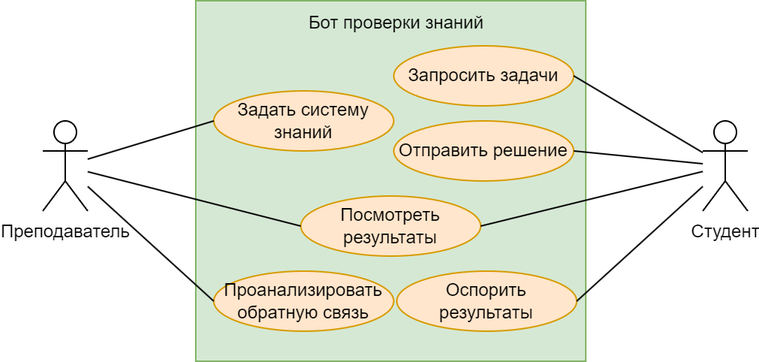
This is docs/diagrams/use_case.png from aVorotnikov/ontologer, a draw.io export, as it was before one commit. Source tidied: cells renumbered, new cells last; positions are measured from the earlier drawing's top-left corner, leaving out a move shared by most shapes.
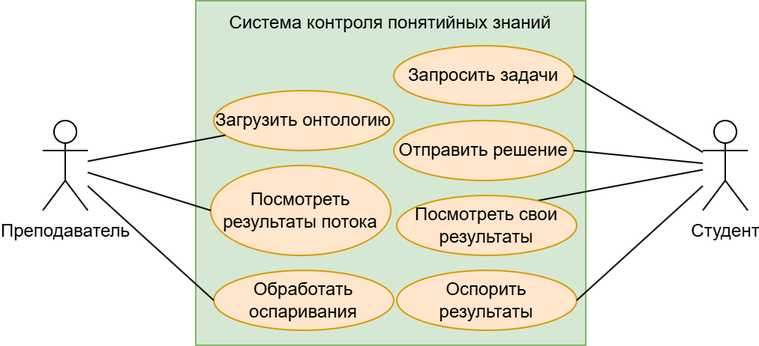
Above is the later version.

Commit message:
Исправлена модель вариантов использования

What changed in the source:
```diff
@@ -3,7 +3,7 @@
     <mxCell id="0" />
     <mxCell id="1" parent="0" />
     <mxCell id="2" style="rounded=0;whiteSpace=wrap;html=1;fillColor=#d5e8d4;strokeColor=#82b366;" parent="1" vertex="1">
-      <mxGeometry x="102" width="260" height="240" as="geometry" />
+      <mxGeometry x="102" width="260" height="230" as="geometry" />
     </mxCell>
     <mxCell id="3" value="Преподаватель" style="shape=umlActor;verticalLabelPosition=bottom;verticalAlign=top;html=1;outlineConnect=0;" parent="1" vertex="1">
       <mxGeometry y="80" width="30" height="60" as="geometry" />
@@ -14,25 +14,19 @@
     <mxCell id="5" value="Запросить задачи" style="ellipse;whiteSpace=wrap;html=1;fillColor=#ffe6cc;strokeColor=#d79b00;" parent="1" vertex="1">
       <mxGeometry x="234" y="30" width="120" height="40" as="geometry" />
     </mxCell>
-    <mxCell id="6" value="Посмотреть результаты" style="ellipse;whiteSpace=wrap;html=1;fillColor=#ffe6cc;strokeColor=#d79b00;" parent="1" vertex="1">
-      <mxGeometry x="172" y="130" width="120" height="40" as="geometry" />
+    <mxCell id="6" value="Посмотреть результаты потока" style="ellipse;whiteSpace=wrap;html=1;fillColor=#ffe6cc;strokeColor=#d79b00;" parent="1" vertex="1">
+      <mxGeometry x="112" y="110" width="120" height="60" as="geometry" />
     </mxCell>
     <mxCell id="7" value="Отправить решение" style="ellipse;whiteSpace=wrap;html=1;fillColor=#ffe6cc;strokeColor=#d79b00;" parent="1" vertex="1">
       <mxGeometry x="234" y="80" width="120" height="40" as="geometry" />
     </mxCell>
-    <mxCell id="8" value="Задать систему знаний" style="ellipse;whiteSpace=wrap;html=1;fillColor=#ffe6cc;strokeColor=#d79b00;" parent="1" vertex="1">
-      <mxGeometry x="114" y="60" width="120" height="40" as="geometry" />
-    </mxCell>
-    <mxCell id="9" value="Бот проверки знаний" style="text;html=1;align=center;verticalAlign=middle;whiteSpace=wrap;rounded=0;" parent="1" vertex="1">
-      <mxGeometry x="174" width="124" height="30" as="geometry" />
+    <mxCell id="9" value="Система контроля понятийных знаний" style="text;html=1;align=center;verticalAlign=middle;whiteSpace=wrap;rounded=0;" parent="1" vertex="1">
+      <mxGeometry x="102" width="260" height="30" as="geometry" />
     </mxCell>
-    <mxCell id="10" style="endArrow=none;html=1;rounded=0;entryX=0;entryY=0.5;entryDx=0;entryDy=0;" parent="1" edge="1" source="3" target="8">
-      <mxGeometry relative="1" as="geometry" />
-    </mxCell>
     <mxCell id="11" style="endArrow=none;html=1;rounded=0;entryX=0;entryY=0.5;entryDx=0;entryDy=0;" parent="1" edge="1" source="3" target="6">
       <mxGeometry relative="1" as="geometry" />
     </mxCell>
-    <mxCell id="12" style="endArrow=none;html=1;rounded=0;exitX=1;exitY=0.5;exitDx=0;exitDy=0;" parent="1" edge="1" source="6" target="4">
+    <mxCell id="12" style="endArrow=none;html=1;rounded=0;exitX=0.71;exitY=0.127;exitDx=0;exitDy=0;exitPerimeter=0;" parent="1" edge="1" source="21" target="4">
       <mxGeometry relative="1" as="geometry" />
     </mxCell>
     <mxCell id="13" style="endArrow=none;html=1;rounded=0;exitX=1;exitY=0.5;exitDx=0;exitDy=0;" parent="1" edge="1" source="7" target="4">
@@ -47,11 +41,20 @@
     <mxCell id="16" style="endArrow=none;html=1;rounded=0;exitX=1;exitY=0.5;exitDx=0;exitDy=0;" parent="1" edge="1" source="15" target="4">
       <mxGeometry relative="1" as="geometry" />
     </mxCell>
-    <mxCell id="17" value="Проанализировать обратную связь" style="ellipse;whiteSpace=wrap;html=1;fillColor=#ffe6cc;strokeColor=#d79b00;" parent="1" vertex="1">
+    <mxCell id="17" value="Обработать оспаривания" style="ellipse;whiteSpace=wrap;html=1;fillColor=#ffe6cc;strokeColor=#d79b00;" parent="1" vertex="1">
       <mxGeometry x="114" y="180" width="120" height="40" as="geometry" />
     </mxCell>
     <mxCell id="18" style="endArrow=none;html=1;rounded=0;entryX=0;entryY=0.5;entryDx=0;entryDy=0;" parent="1" edge="1" source="3" target="17">
       <mxGeometry relative="1" as="geometry" />
     </mxCell>
+    <mxCell id="19" value="Загрузить онтологию" style="ellipse;whiteSpace=wrap;html=1;fillColor=#ffe6cc;strokeColor=#d79b00;" parent="1" vertex="1">
+      <mxGeometry x="114" y="60" width="120" height="40" as="geometry" />
+    </mxCell>
+    <mxCell id="20" style="endArrow=none;html=1;rounded=0;" parent="1" edge="1" source="3" target="19">
+      <mxGeometry relative="1" as="geometry" />
+    </mxCell>
+    <mxCell id="21" value="Посмотреть свои результаты" style="ellipse;whiteSpace=wrap;html=1;fillColor=#ffe6cc;strokeColor=#d79b00;" parent="1" vertex="1">
+      <mxGeometry x="236" y="130" width="120" height="40" as="geometry" />
+    </mxCell>
   </root>
 </mxGraphModel>
```
